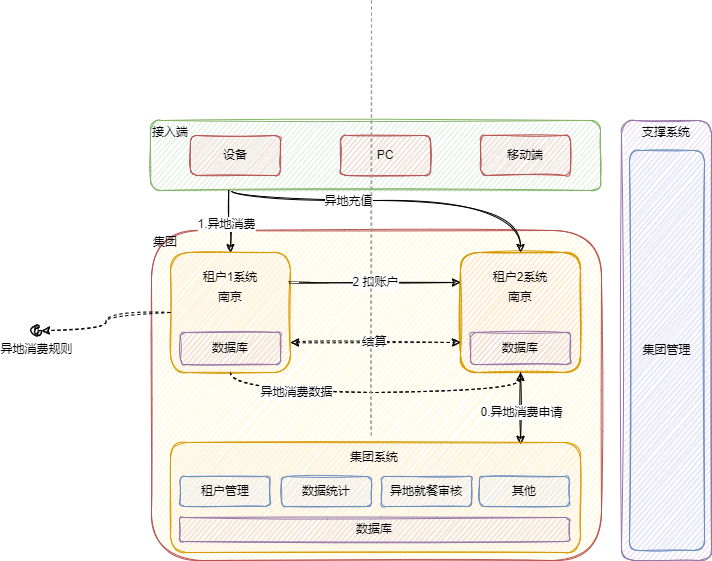
Before: 集团版.drawio.png, a diagram exported from draw.io (liolay/draw). Source tidied: cells renumbered, new cells last; positions are measured from the earlier drawing's top-left corner, leaving out a move shared by most shapes.
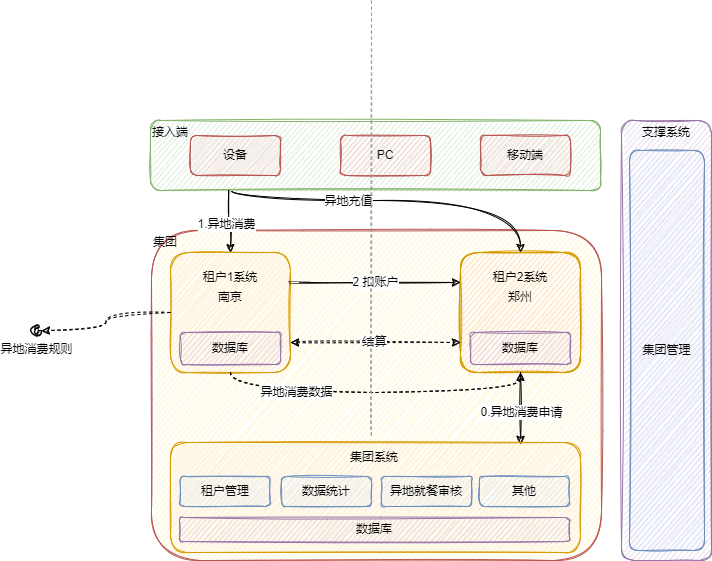
Above is the later version.

Commit message:
更新集团版.drawio.png

The edit, as a diff of the source:
```diff
@@ -44,7 +44,7 @@
     <mxCell id="15" value="租户2系统" style="text;html=1;strokeColor=none;fillColor=none;align=center;verticalAlign=middle;whiteSpace=wrap;rounded=1;spacing=2;sketch=1;" parent="12" vertex="1">
       <mxGeometry x="30" y="10" width="60" height="30" as="geometry" />
     </mxCell>
-    <mxCell id="16" value="南京" style="text;html=1;strokeColor=none;fillColor=none;align=center;verticalAlign=middle;whiteSpace=wrap;rounded=1;fontSize=12;spacing=2;sketch=1;" parent="12" vertex="1">
+    <mxCell id="16" value="郑州" style="text;html=1;strokeColor=none;fillColor=none;align=center;verticalAlign=middle;whiteSpace=wrap;rounded=1;fontSize=12;spacing=2;sketch=1;" parent="12" vertex="1">
       <mxGeometry x="30" y="30" width="60" height="30" as="geometry" />
     </mxCell>
     <mxCell id="17" style="edgeStyle=orthogonalEdgeStyle;rounded=1;jettySize=auto;html=1;exitX=0.5;exitY=1;exitDx=0;exitDy=0;entryX=0.854;entryY=0.017;entryDx=0;entryDy=0;entryPerimeter=0;fontSize=12;spacing=2;sketch=1;curved=1;" parent="6" edge="1" source="13" target="25">
```
